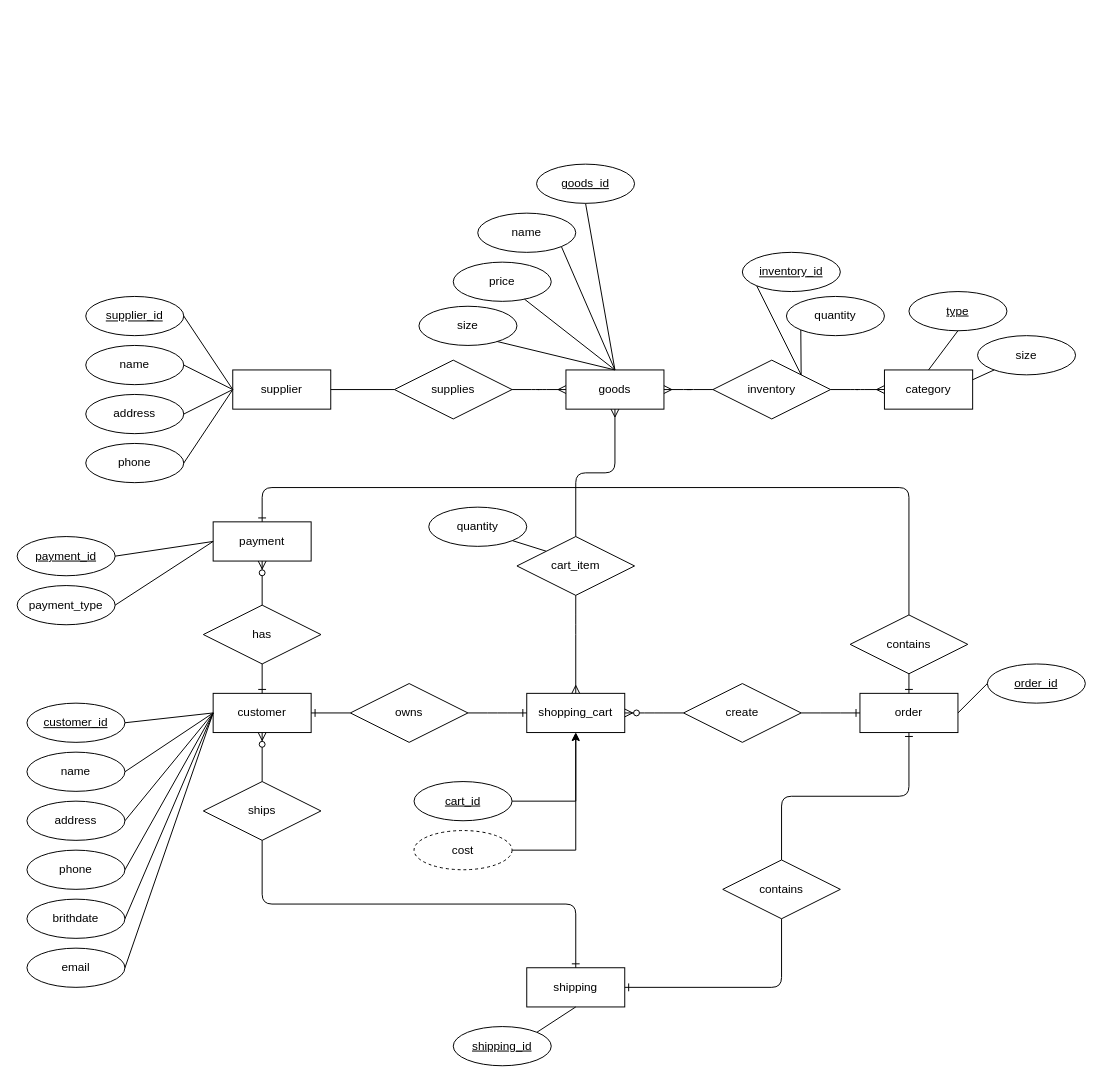
BoshiLee/ecommerce keeps this draw.io diagram as ERDiagram.drawio. Above is the earlier version. Source tidied: cells renumbered, new cells numbered last; positions are measured from the earlier drawing's top-left corner, leaving out a move shared by most shapes. Both pictures are drawn from the tidied source at 98%, with x=0, y=0 at pixel (17, 164).
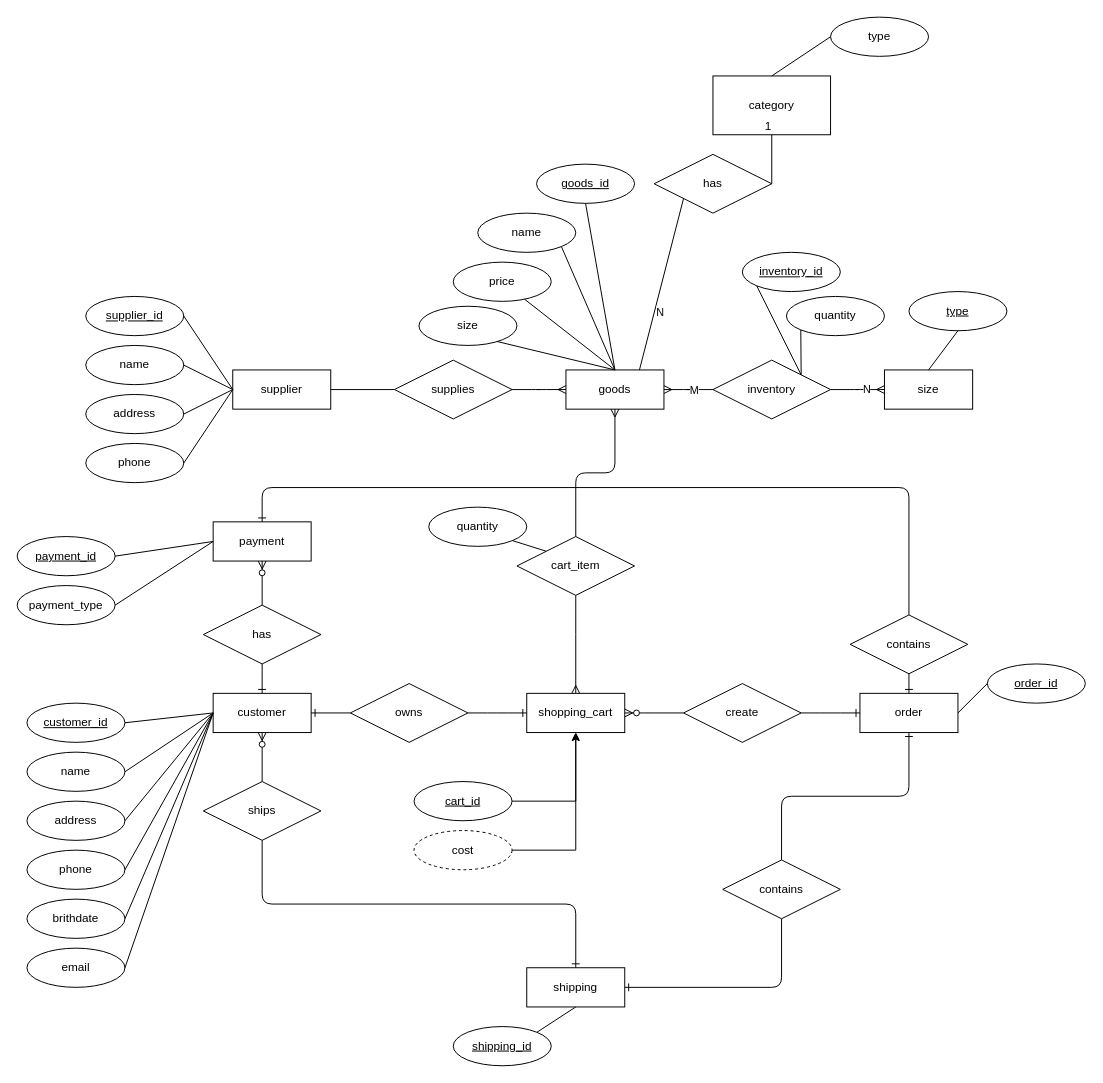
The same page after the edit.

Unchanged cells that the change refers to:
```xml
<mxCell id="3" value="goods" style="whiteSpace=wrap;html=1;align=center;" parent="1" vertex="1">
  <mxGeometry x="560" y="210" width="100" height="40" as="geometry" />
</mxCell>
<mxCell id="26" style="edgeStyle=entityRelationEdgeStyle;fontSize=12;html=1;endArrow=ERmany;entryX=1;entryY=0.5;entryDx=0;entryDy=0;exitX=0;exitY=0.5;exitDx=0;exitDy=0;" parent="1" edge="1" source="10" target="3">
  <mxGeometry relative="1" as="geometry" />
</mxCell>
<mxCell id="85" style="edgeStyle=entityRelationEdgeStyle;fontSize=12;html=1;endArrow=ERmany;entryX=0;entryY=0.5;entryDx=0;entryDy=0;exitX=1;exitY=0.5;exitDx=0;exitDy=0;" parent="1" edge="1" source="10" target="9">
  <mxGeometry relative="1" as="geometry" />
</mxCell>
```

The edit, as a diff of the source:
```diff
@@
-    <mxCell id="9" value="category" style="whiteSpace=wrap;html=1;align=center;" parent="1" vertex="1">
+    <mxCell id="9" value="size" style="whiteSpace=wrap;html=1;align=center;" parent="1" vertex="1">
       <mxGeometry x="885" y="210" width="90" height="40" as="geometry" />
     </mxCell>
@@
+    <mxCell id="87" value="M" style="edgeLabel;html=1;align=center;verticalAlign=middle;" parent="26" vertex="1">
+      <mxGeometry x="-0.44" relative="1" as="geometry" />
+    </mxCell>
@@
-    <mxCell id="83" value="size" style="ellipse;whiteSpace=wrap;html=1;align=center;" parent="1" vertex="1">
-      <mxGeometry x="980" y="175" width="100" height="40" as="geometry" />
-    </mxCell>
-    <mxCell id="84" style="endArrow=none;html=1;rounded=0;exitX=1;exitY=0.25;exitDx=0;exitDy=0;" parent="1" edge="1" source="9" target="83">
-      <mxGeometry relative="1" as="geometry" />
-    </mxCell>
@@
+    <mxCell id="88" value="N" style="edgeLabel;html=1;align=center;verticalAlign=middle;" parent="85" vertex="1">
+      <mxGeometry x="0.41" y="1" relative="1" as="geometry" />
+    </mxCell>
@@
+    <mxCell id="89" value="category" style="rounded=0;whiteSpace=wrap;html=1;" parent="1" vertex="1">
+      <mxGeometry x="710" y="-90" width="120" height="60" as="geometry" />
+    </mxCell>
+    <mxCell id="90" value="has" style="shape=rhombus;perimeter=rhombusPerimeter;whiteSpace=wrap;html=1;align=center;" parent="1" vertex="1">
+      <mxGeometry x="650" y="-10" width="120" height="60" as="geometry" />
+    </mxCell>
+    <mxCell id="91" style="endArrow=none;html=1;rounded=0;entryX=0.5;entryY=1;entryDx=0;entryDy=0;exitX=1;exitY=0.5;exitDx=0;exitDy=0;" parent="1" edge="1" source="90" target="89">
+      <mxGeometry relative="1" as="geometry" />
+    </mxCell>
+    <mxCell id="92" value="1" style="html=1;align=right;verticalAlign=bottom;" parent="91" vertex="1">
+      <mxGeometry x="1" relative="1" as="geometry" />
+    </mxCell>
+    <mxCell id="93" value="type" style="ellipse;whiteSpace=wrap;html=1;align=center;" parent="1" vertex="1">
+      <mxGeometry x="830" y="-150" width="100" height="40" as="geometry" />
+    </mxCell>
+    <mxCell id="94" style="endArrow=none;html=1;rounded=0;entryX=0;entryY=0.5;entryDx=0;entryDy=0;exitX=0.5;exitY=0;exitDx=0;exitDy=0;" parent="1" edge="1" source="89" target="93">
+      <mxGeometry relative="1" as="geometry" />
+    </mxCell>
+    <mxCell id="95" style="endArrow=none;html=1;rounded=0;entryX=0;entryY=1;entryDx=0;entryDy=0;exitX=0.75;exitY=0;exitDx=0;exitDy=0;" parent="1" edge="1" source="3" target="90">
+      <mxGeometry relative="1" as="geometry" />
+    </mxCell>
+    <mxCell id="96" value="N" style="edgeLabel;html=1;align=center;verticalAlign=middle;" parent="95" vertex="1">
+      <mxGeometry x="-0.3" y="-5" relative="1" as="geometry" />
+    </mxCell>
```
